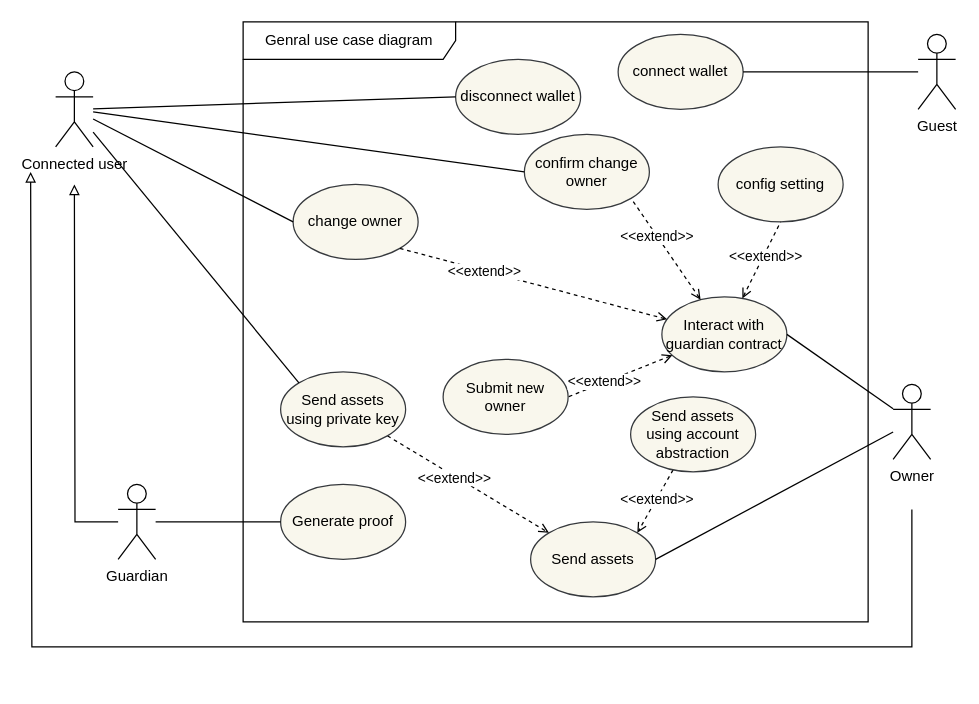
This is page "general-usecase-diagram" (5 of 24) of documents/master.drawio from phamhongphuc1999/account-abstraction-app, a draw.io file, before an edit. Source tidied: cells renumbered, new cells numbered last; positions are measured from the earlier drawing's top-left corner, leaving out a move shared by most shapes. Both pictures are drawn from the tidied source at 125%, with x=0, y=0 at pixel (30, 21).
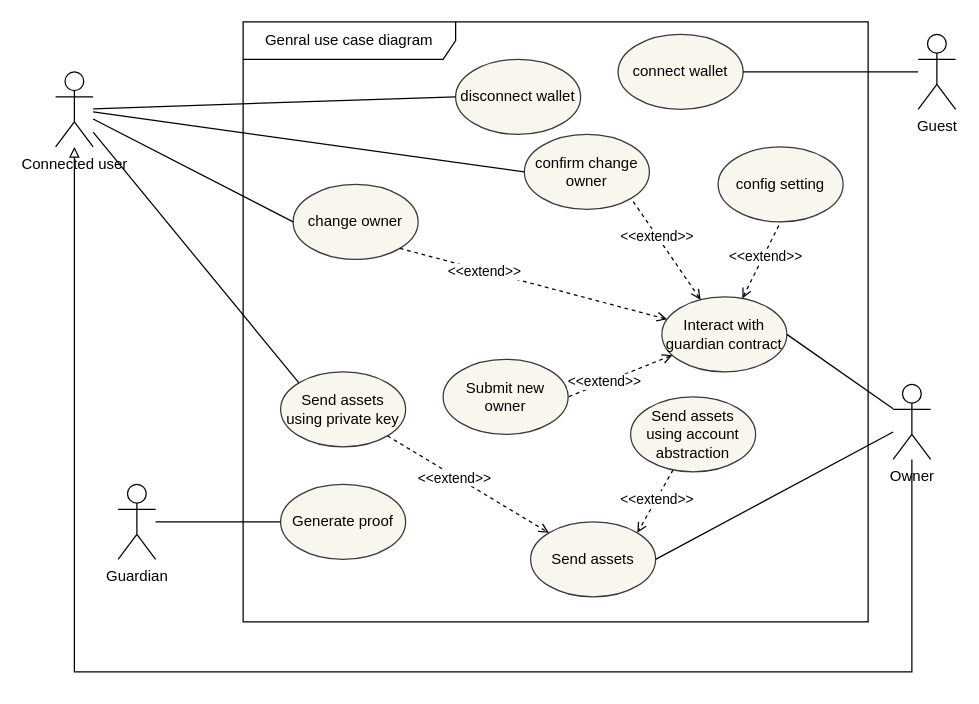
The same diagram, later.

Unchanged cells that the change refers to:
```xml
<mxCell id="32" value="Connected user" style="shape=umlActor;html=1;verticalLabelPosition=bottom;verticalAlign=top;align=center;" parent="1" vertex="1">
  <mxGeometry x="20" y="40" width="30" height="60" as="geometry" />
</mxCell>
<mxCell id="35" value="Owner" style="shape=umlActor;html=1;verticalLabelPosition=bottom;verticalAlign=top;align=center;" parent="1" vertex="1">
  <mxGeometry x="690" y="290" width="30" height="60" as="geometry" />
</mxCell>
<mxCell id="37" value="Guardian" style="shape=umlActor;html=1;verticalLabelPosition=bottom;verticalAlign=top;align=center;" parent="1" vertex="1">
  <mxGeometry x="70" y="370" width="30" height="60" as="geometry" />
</mxCell>
```

Diff of the diagram source:
```diff
@@
-    <mxCell id="34" style="edgeStyle=orthogonalEdgeStyle;rounded=0;orthogonalLoop=1;jettySize=auto;html=1;endArrow=block;endFill=0;" parent="1" edge="1">
-      <mxGeometry relative="1" as="geometry">
-        <mxPoint x="705" y="390" as="sourcePoint" />
-        <mxPoint y="120" as="targetPoint" />
-        <Array as="points">
-          <mxPoint x="705" y="500" />
-          <mxPoint x="1" y="500" />
-        </Array>
-      </mxGeometry>
-    </mxCell>
+    <mxCell id="40" style="edgeStyle=orthogonalEdgeStyle;rounded=0;jettySize=auto;html=1;endArrow=block;endFill=0;" parent="1" edge="1" source="35" target="32">
+      <mxGeometry relative="1" as="geometry">
+        <Array as="points">
+          <mxPoint x="705" y="520" />
+          <mxPoint x="35" y="520" />
+        </Array>
+      </mxGeometry>
+    </mxCell>
@@
-    <mxCell id="38" style="edgeStyle=orthogonalEdgeStyle;rounded=0;jettySize=auto;html=1;endArrow=block;endFill=0;" parent="1" edge="1" source="37">
-      <mxGeometry relative="1" as="geometry">
-        <mxPoint x="35" y="130" as="targetPoint" />
-      </mxGeometry>
-    </mxCell>
```
